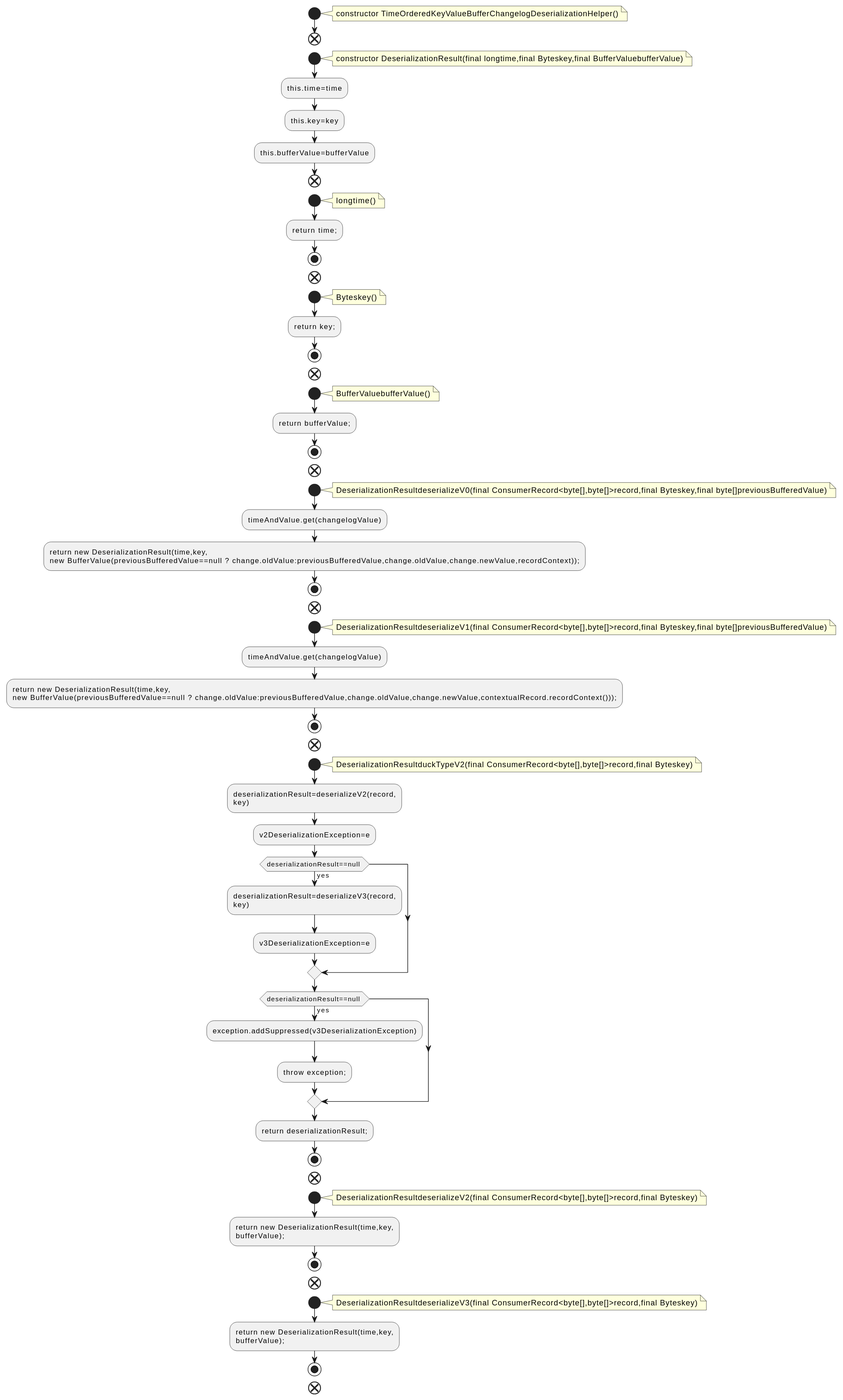
Earlier version of the PlantUML export docs/qc/streams/src/main/java/org/apache/kafka/streams/state/internals/TimeOrderedKeyValueBufferChangelogDeserializationHelper.java.fct.svg (qualitesys/kafka).
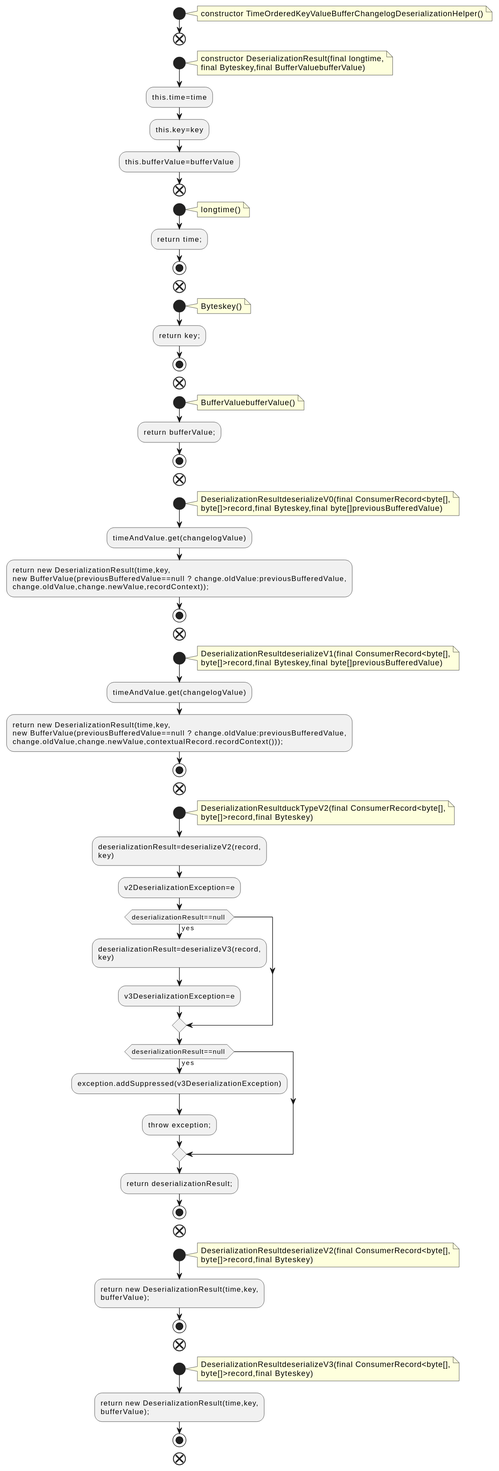
The same diagram one commit later.

Change to the diagram source:
```diff
@@ -7,7 +7,8 @@
 end
 start
 note right
-constructor DeserializationResult(final longtime,final Byteskey,final BufferValuebufferValue)
+constructor DeserializationResult(final longtime,
+final Byteskey,final BufferValuebufferValue)
 end note
 :this.time=time;
 :this.key=key;
@@ -36,25 +37,30 @@
 end
 start
 note right
-DeserializationResultdeserializeV0(final ConsumerRecord<byte[],byte[]>record,final Byteskey,final byte[]previousBufferedValue)
+DeserializationResultdeserializeV0(final ConsumerRecord<byte[],
+byte[]>record,final Byteskey,final byte[]previousBufferedValue)
 end note
 :timeAndValue.get(changelogValue);
 :return new DeserializationResult(time,key,
-new BufferValue(previousBufferedValue==null ? change.oldValue:previousBufferedValue,change.oldValue,change.newValue,recordContext));;
+new BufferValue(previousBufferedValue==null ? change.oldValue:previousBufferedValue,
+change.oldValue,change.newValue,recordContext));;
 stop
 end
 start
 note right
-DeserializationResultdeserializeV1(final ConsumerRecord<byte[],byte[]>record,final Byteskey,final byte[]previousBufferedValue)
+DeserializationResultdeserializeV1(final ConsumerRecord<byte[],
+byte[]>record,final Byteskey,final byte[]previousBufferedValue)
 end note
 :timeAndValue.get(changelogValue);
 :return new DeserializationResult(time,key,
-new BufferValue(previousBufferedValue==null ? change.oldValue:previousBufferedValue,change.oldValue,change.newValue,contextualRecord.recordContext()));;
+new BufferValue(previousBufferedValue==null ? change.oldValue:previousBufferedValue,
+change.oldValue,change.newValue,contextualRecord.recordContext()));;
 stop
 end
 start
 note right
-DeserializationResultduckTypeV2(final ConsumerRecord<byte[],byte[]>record,final Byteskey)
+DeserializationResultduckTypeV2(final ConsumerRecord<byte[],
+byte[]>record,final Byteskey)
 end note
 :deserializationResult=deserializeV2(record,
 key);
@@ -73,7 +79,8 @@
 end
 start
 note right
-DeserializationResultdeserializeV2(final ConsumerRecord<byte[],byte[]>record,final Byteskey)
+DeserializationResultdeserializeV2(final ConsumerRecord<byte[],
+byte[]>record,final Byteskey)
 end note
 :return new DeserializationResult(time,key,
 bufferValue);;
@@ -81,7 +88,8 @@
 end
 start
 note right
-DeserializationResultdeserializeV3(final ConsumerRecord<byte[],byte[]>record,final Byteskey)
+DeserializationResultdeserializeV3(final ConsumerRecord<byte[],
+byte[]>record,final Byteskey)
 end note
 :return new DeserializationResult(time,key,
 bufferValue);;
```
